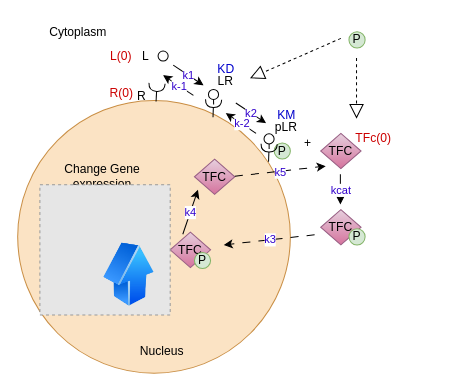
Above: Untitled Diagram.drawio in DaniAngelov17/modeling-biosystems (draw.io), before the change. Source tidied: cells renumbered, new cells numbered last; positions are measured from the earlier drawing's top-left corner, leaving out a move shared by most shapes. Both pictures are drawn from the tidied source at 101%, with x=0, y=0 at pixel (17, 17). Pictures stored in the file or linked from it are replaced by grey dashed boxes.
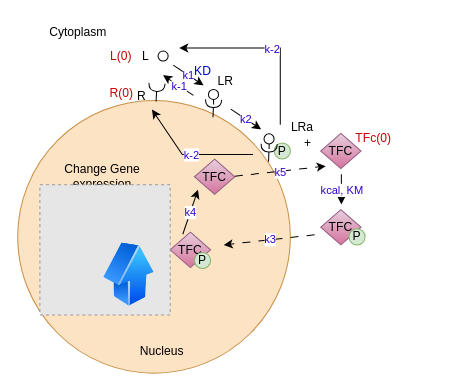
The same diagram, later.

Change to the diagram source:
```diff
@@
-    <mxCell id="17" value="pLR" style="text;html=1;whiteSpace=wrap;strokeColor=none;fillColor=none;align=center;verticalAlign=middle;rounded=0;" parent="1" vertex="1">
-      <mxGeometry x="253.5" y="94" width="24" height="30" as="geometry" />
+    <mxCell id="17" value="LRa" style="text;html=1;whiteSpace=wrap;strokeColor=none;fillColor=none;align=center;verticalAlign=middle;rounded=0;" parent="1" vertex="1">
+      <mxGeometry x="270" y="94" width="24" height="30" as="geometry" />
     </mxCell>
@@
     <mxCell id="29" value="&lt;font color=&quot;#0000cc&quot;&gt;KD&lt;/font&gt;" style="text;html=1;whiteSpace=wrap;strokeColor=none;fillColor=none;align=center;verticalAlign=middle;rounded=0;" parent="1" vertex="1">
-      <mxGeometry x="193.5" y="41" width="25" height="20" as="geometry" />
+      <mxGeometry x="170.5" y="43" width="25" height="20" as="geometry" />
     </mxCell>
-    <mxCell id="30" value="&lt;font color=&quot;#0000cc&quot;&gt;KM&lt;/font&gt;" style="text;html=1;whiteSpace=wrap;strokeColor=none;fillColor=none;align=center;verticalAlign=middle;rounded=0;" parent="1" vertex="1">
-      <mxGeometry x="253.5" y="82" width="25" height="30" as="geometry" />
-    </mxCell>
@@
-    <mxCell id="32" value="P" style="ellipse;whiteSpace=wrap;html=1;fillColor=#d5e8d4;strokeColor=#82b366;" parent="1" vertex="1">
-      <mxGeometry x="328" y="14" width="16" height="16" as="geometry" />
-    </mxCell>
-    <mxCell id="33" style="endArrow=block;dashed=1;endFill=0;endSize=12;html=1;rounded=0;" parent="1" edge="1">
-      <mxGeometry relative="1" as="geometry">
-        <mxPoint x="335.5" y="40" as="sourcePoint" />
-        <mxPoint x="335.5" y="100" as="targetPoint" />
-      </mxGeometry>
-    </mxCell>
-    <mxCell id="34" style="endArrow=block;dashed=1;endFill=0;endSize=12;html=1;rounded=0;" parent="1" edge="1">
-      <mxGeometry relative="1" as="geometry">
-        <mxPoint x="320" y="20.5" as="sourcePoint" />
-        <mxPoint x="230" y="60" as="targetPoint" />
-      </mxGeometry>
-    </mxCell>
@@
     <mxCell id="44" style="endArrow=classic;html=1;rounded=0;defaultLabelBackgroundColor=page;" parent="1" edge="1">
       <mxGeometry relative="1" as="geometry">
-        <mxPoint x="216" y="84.5" as="sourcePoint" />
-        <mxPoint x="246" y="104.5" as="targetPoint" />
+        <mxPoint x="211" y="90.5" as="sourcePoint" />
+        <mxPoint x="241" y="110.5" as="targetPoint" />
       </mxGeometry>
     </mxCell>
@@
     <mxCell id="46" style="endArrow=classic;html=1;rounded=0;defaultLabelBackgroundColor=page;" parent="1" edge="1">
       <mxGeometry relative="1" as="geometry">
-        <mxPoint x="236" y="114.5" as="sourcePoint" />
-        <mxPoint x="206" y="94.5" as="targetPoint" />
+        <mxPoint x="233" y="135.5" as="sourcePoint" />
+        <mxPoint x="133" y="91" as="targetPoint" />
+        <Array as="points">
+          <mxPoint x="163" y="135.5" />
+        </Array>
       </mxGeometry>
     </mxCell>
@@
     <mxCell id="52" style="endArrow=classic;html=1;rounded=0;defaultLabelBackgroundColor=page;" parent="1" edge="1">
       <mxGeometry relative="1" as="geometry">
-        <mxPoint x="319.5" y="155" as="sourcePoint" />
-        <mxPoint x="319.5" y="185" as="targetPoint" />
+        <mxPoint x="320.5" y="155" as="sourcePoint" />
+        <mxPoint x="320.5" y="185" as="targetPoint" />
       </mxGeometry>
     </mxCell>
-    <mxCell id="53" value="kcat" style="edgeLabel;html=1;inheritText=fontFamily,fontSize,fontStyle,textOpacity,labelBorderColor,labelBorderWidth,labelBackgroundColor,defaultLabelBackgroundColor,labelPadding;align=center;verticalAlign=middle;defaultLabelBackgroundColor=page;fontColor=light-dark(#3100cc, #ededed);" parent="52" vertex="1">
+    <mxCell id="53" value="kcal, KM" style="edgeLabel;html=1;inheritText=fontFamily,fontSize,fontStyle,textOpacity,labelBorderColor,labelBorderWidth,labelBackgroundColor,defaultLabelBackgroundColor,labelPadding;align=center;verticalAlign=middle;defaultLabelBackgroundColor=page;fontColor=light-dark(#3100cc, #ededed);" parent="52" vertex="1">
       <mxGeometry relative="1" as="geometry" />
     </mxCell>
+    <mxCell id="54" style="endArrow=classic;html=1;rounded=0;defaultLabelBackgroundColor=page;" parent="1" edge="1">
+      <mxGeometry x="-0.03" relative="1" as="geometry">
+        <mxPoint x="260" y="106" as="sourcePoint" />
+        <mxPoint x="160" y="30" as="targetPoint" />
+        <Array as="points">
+          <mxPoint x="260" y="30" />
+        </Array>
+      </mxGeometry>
+    </mxCell>
+    <mxCell id="55" value="k-2" style="edgeLabel;html=1;inheritText=fontFamily,fontSize,fontStyle,textOpacity,labelBorderColor,labelBorderWidth,labelBackgroundColor,defaultLabelBackgroundColor,labelPadding;align=center;verticalAlign=middle;defaultLabelBackgroundColor=page;fontColor=light-dark(#3100cc, #ededed);" parent="54" vertex="1">
+      <mxGeometry x="-0.03" relative="1" as="geometry" />
+    </mxCell>
```
